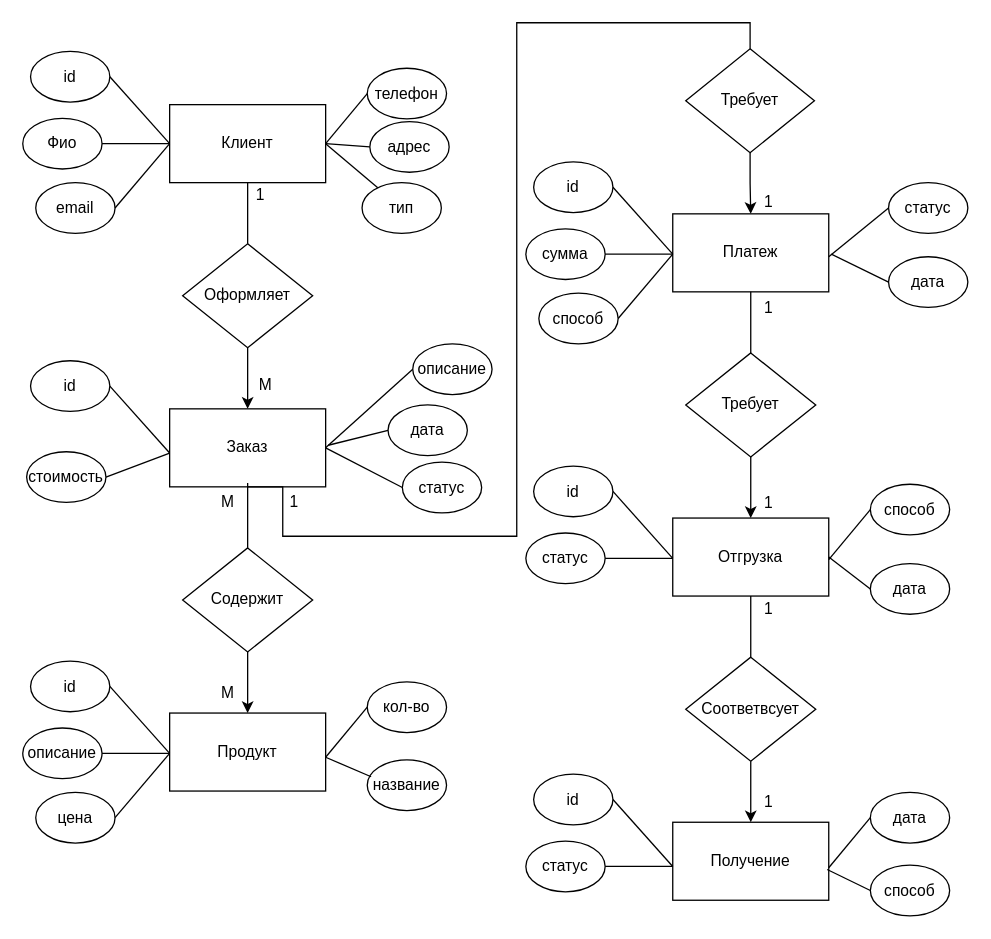
Earlier version of the draw.io diagram Диаграмма без названия.drawio (StrayDog31/DoomDemake). Source tidied: cells renumbered, new cells numbered last; positions are measured from the earlier drawing's top-left corner, leaving out a move shared by most shapes. Both pictures are drawn from the tidied source at 130%, with x=0, y=0 at pixel (22, 22).
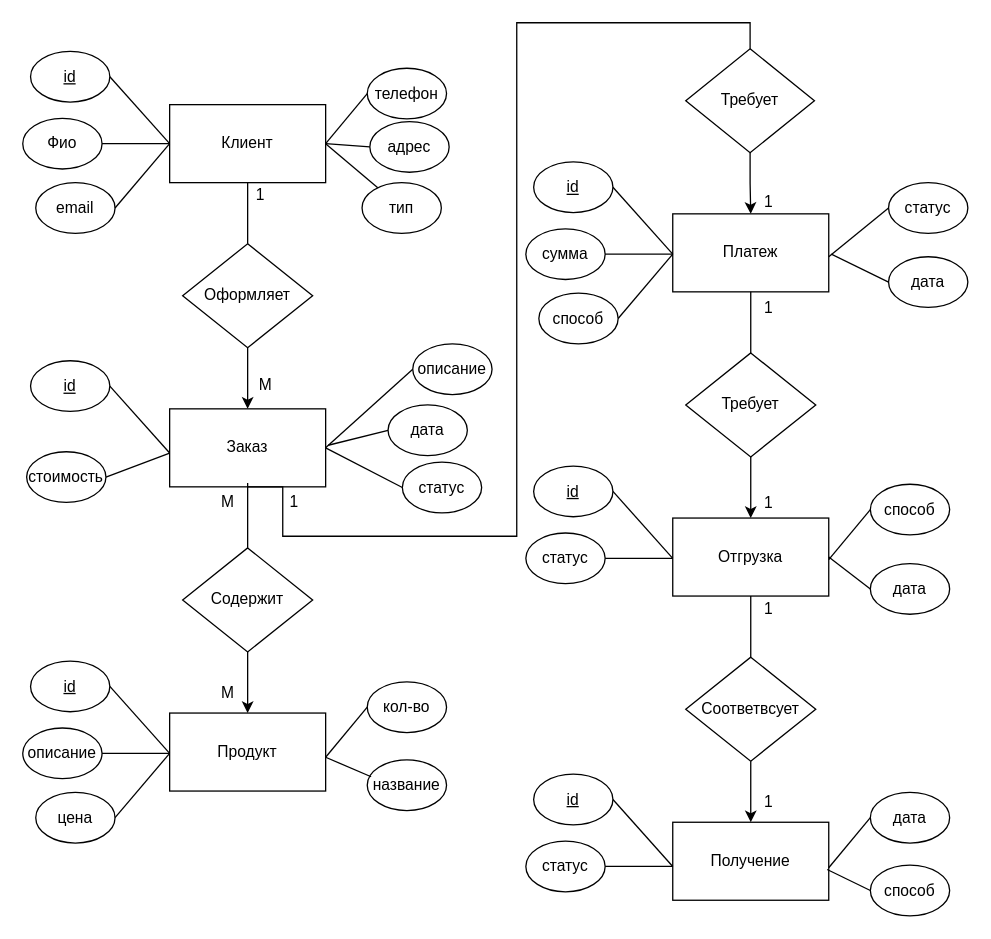
Above is the later version.

Change to the diagram source:
```diff
@@
-    <mxCell id="31" value="id" style="ellipse;whiteSpace=wrap;html=1;" parent="1" vertex="1">
+    <mxCell id="31" value="&lt;u&gt;id&lt;/u&gt;" style="ellipse;whiteSpace=wrap;html=1;" parent="1" vertex="1">
       <mxGeometry x="6" y="22" width="61" height="39" as="geometry" />
     </mxCell>
@@
-    <mxCell id="41" value="id" style="ellipse;whiteSpace=wrap;html=1;" parent="1" vertex="1">
+    <mxCell id="41" value="&lt;u&gt;id&lt;/u&gt;" style="ellipse;whiteSpace=wrap;html=1;" parent="1" vertex="1">
       <mxGeometry x="6" y="260" width="61" height="39" as="geometry" />
     </mxCell>
@@
-    <mxCell id="45" value="id" style="ellipse;whiteSpace=wrap;html=1;" parent="1" vertex="1">
+    <mxCell id="45" value="&lt;u&gt;id&lt;/u&gt;" style="ellipse;whiteSpace=wrap;html=1;" parent="1" vertex="1">
       <mxGeometry x="6" y="491" width="61" height="39" as="geometry" />
     </mxCell>
@@
-    <mxCell id="51" value="id" style="ellipse;whiteSpace=wrap;html=1;" parent="1" vertex="1">
+    <mxCell id="51" value="&lt;u&gt;id&lt;/u&gt;" style="ellipse;whiteSpace=wrap;html=1;" parent="1" vertex="1">
       <mxGeometry x="393" y="107" width="61" height="39" as="geometry" />
     </mxCell>
@@
-    <mxCell id="57" value="id" style="ellipse;whiteSpace=wrap;html=1;" parent="1" vertex="1">
+    <mxCell id="57" value="&lt;u&gt;id&lt;/u&gt;" style="ellipse;whiteSpace=wrap;html=1;" parent="1" vertex="1">
       <mxGeometry x="393" y="341" width="61" height="39" as="geometry" />
     </mxCell>
@@
-    <mxCell id="63" value="id" style="ellipse;whiteSpace=wrap;html=1;" parent="1" vertex="1">
+    <mxCell id="63" value="&lt;u&gt;id&lt;/u&gt;" style="ellipse;whiteSpace=wrap;html=1;" parent="1" vertex="1">
       <mxGeometry x="393" y="578" width="61" height="39" as="geometry" />
     </mxCell>
```
